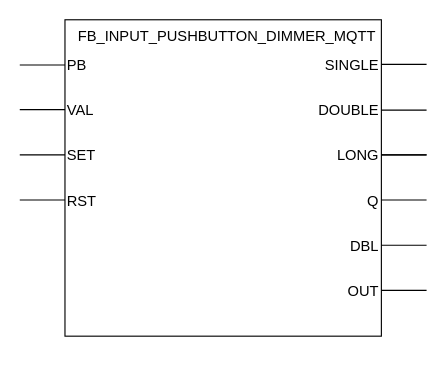
Above: docs/_drawio/FB_INPUT_PUSHBUTTON_DIMMER_MQTT.drawio in MichielVanwelsenaere/HomeAutomation.CoDeSys3 (draw.io), before the change. Source tidied: cells renumbered, new cells numbered last; positions are measured from the earlier drawing's top-left corner, leaving out a move shared by most shapes. Both pictures are drawn from the tidied source at 113%, with x=0, y=0 at pixel (19, 19).
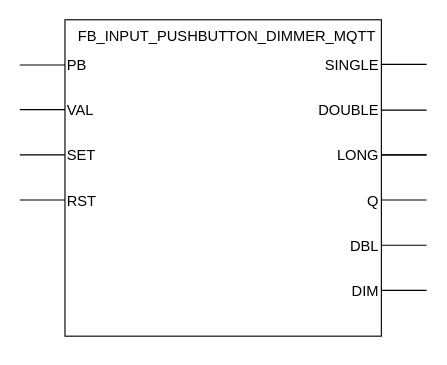
The same diagram, later.

Commit message (it also covers changes not shown here):
adding resolution feature to dimmer FB, updating docs everywhere to show more detail on initmqtt method

What changed in the source:
```diff
@@
-    <mxCell id="15" value="&lt;div style=&quot;text-align: right&quot;&gt;&lt;span&gt;OUT&lt;/span&gt;&lt;/div&gt;" style="text;html=1;strokeColor=none;fillColor=none;align=right;verticalAlign=middle;whiteSpace=wrap;rounded=0;fontSize=13;" parent="1" vertex="1">
+    <mxCell id="15" value="&lt;div style=&quot;text-align: right&quot;&gt;&lt;span&gt;DIM&lt;/span&gt;&lt;/div&gt;" style="text;html=1;strokeColor=none;fillColor=none;align=right;verticalAlign=middle;whiteSpace=wrap;rounded=0;fontSize=13;" parent="1" vertex="1">
       <mxGeometry x="240" y="230" width="80" height="20" as="geometry" />
     </mxCell>
```
